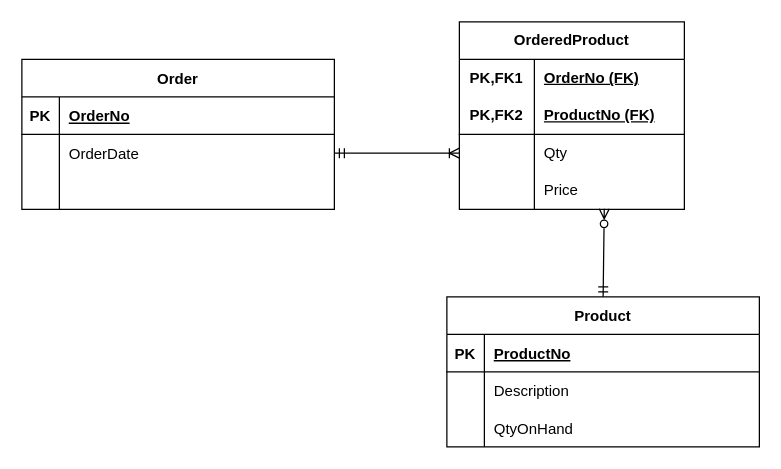
Before: Database2.3.drawio in lo0109/lo0109, a draw.io diagram. Source tidied: cells renumbered, new cells numbered last; positions are measured from the earlier drawing's top-left corner, leaving out a move shared by most shapes. Both pictures are drawn from the tidied source at 125%, with x=0, y=0 at pixel (21, 21).
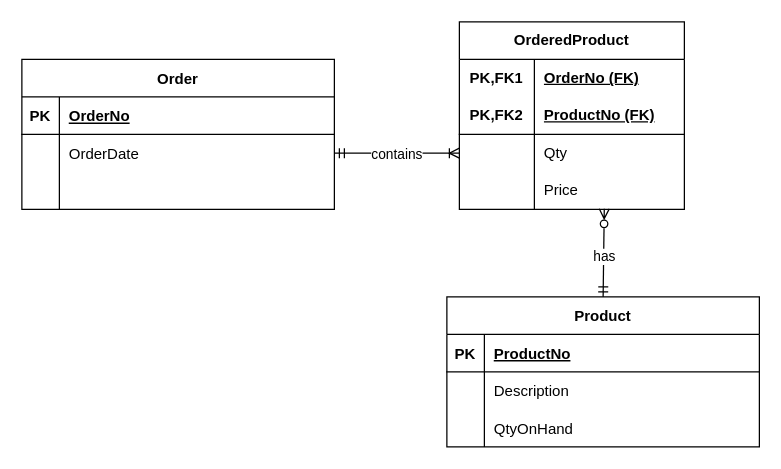
The same diagram, later.

Unchanged cells that the change refers to:
```xml
<mxCell id="22" style="edgeStyle=entityRelationEdgeStyle;fontSize=12;html=1;endArrow=ERoneToMany;startArrow=ERmandOne;rounded=0;entryX=0;entryY=0.5;entryDx=0;entryDy=0;" parent="1" edge="1" source="6" target="31">
  <mxGeometry relative="1" as="geometry" />
</mxCell>
<mxCell id="23" style="fontSize=12;html=1;endArrow=ERzeroToMany;startArrow=ERmandOne;rounded=0;exitX=0.5;exitY=0;exitDx=0;exitDy=0;entryX=0.644;entryY=0.985;entryDx=0;entryDy=0;entryPerimeter=0;endFill=0;" parent="1" edge="1" source="12" target="34">
  <mxGeometry relative="1" as="geometry" />
</mxCell>
```

The edit, as a diff of the source:
```diff
@@
+    <mxCell id="37" value="contains" style="edgeLabel;html=1;align=center;verticalAlign=middle;" parent="22" vertex="1">
+      <mxGeometry x="-0.02" relative="1" as="geometry" />
+    </mxCell>
@@
+    <mxCell id="38" value="has" style="edgeLabel;html=1;align=center;verticalAlign=middle;" parent="23" vertex="1">
+      <mxGeometry x="-0.06" relative="1" as="geometry" />
+    </mxCell>
```
